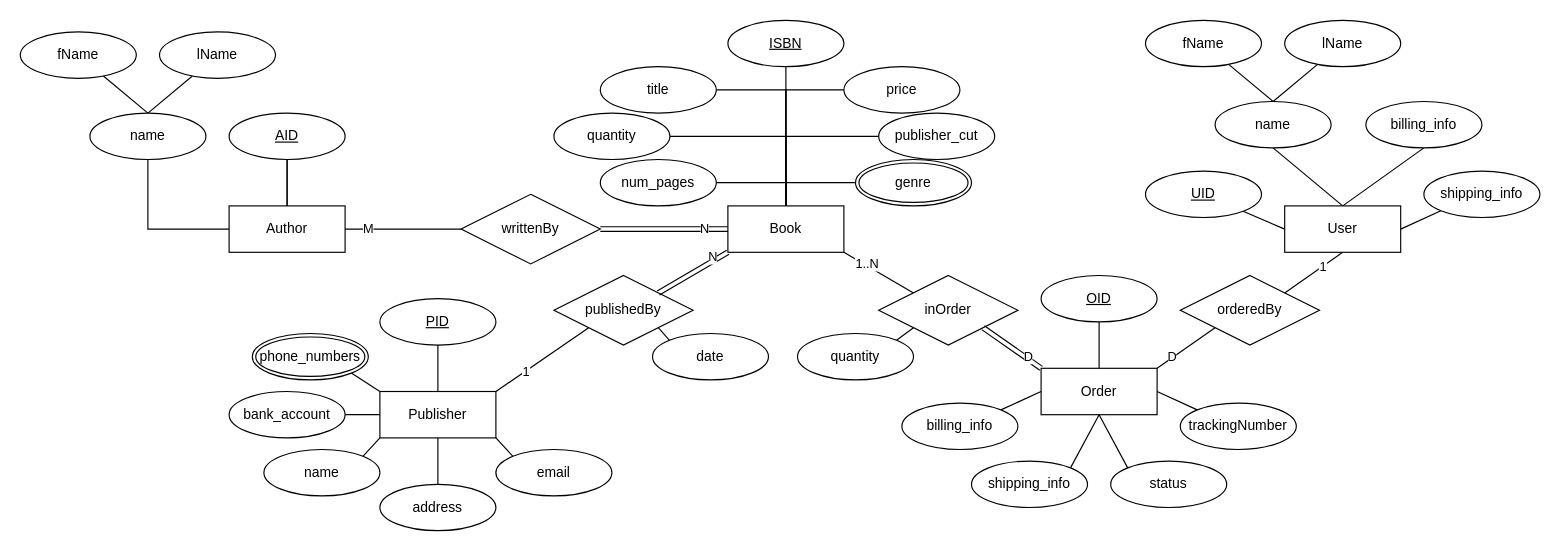
Earlier version of the draw.io diagram diagrams/ER Diagram.drawio (AdamArrhaoui/COMP3005-LookInnaBook). Source tidied: cells renumbered, new cells numbered last; positions are measured from the earlier drawing's top-left corner, leaving out a move shared by most shapes. Both pictures are drawn from the tidied source at 116%, with x=0, y=0 at pixel (20, -311).
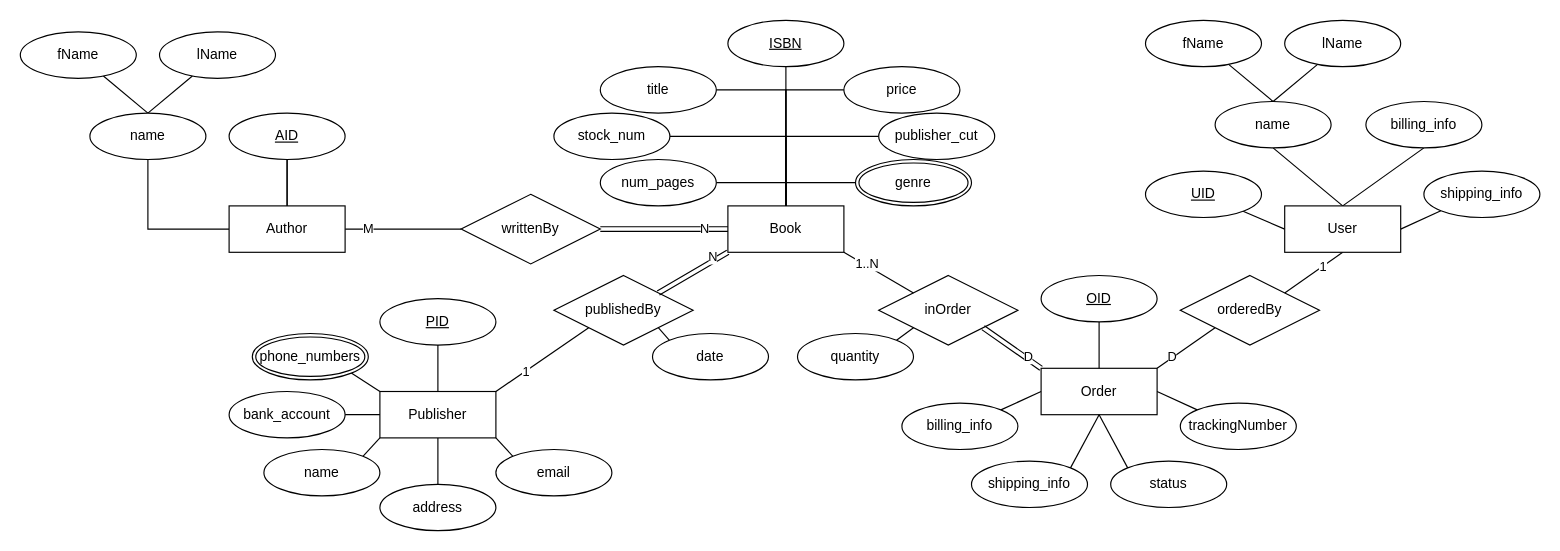
After the change.

The edit, as a diff of the source:
```diff
@@
     <mxCell id="2" style="edgeStyle=orthogonalEdgeStyle;rounded=0;orthogonalLoop=1;jettySize=auto;html=1;entryX=1;entryY=0.5;entryDx=0;entryDy=0;exitX=0;exitY=0.5;exitDx=0;exitDy=0;" parent="1" edge="1">
       <mxGeometry relative="1" as="geometry">
-        <mxPoint x="240" as="sourcePoint" />
+        <mxPoint x="230" y="190" as="sourcePoint" />
       </mxGeometry>
     </mxCell>
@@
-    <mxCell id="9" value="quantity" style="ellipse;whiteSpace=wrap;html=1;align=center;" parent="1" vertex="1">
+    <mxCell id="9" value="stock_num" style="ellipse;whiteSpace=wrap;html=1;align=center;" parent="1" vertex="1">
       <mxGeometry x="460" y="365" width="100" height="40" as="geometry" />
     </mxCell>
@@
     <mxCell id="83" style="edgeStyle=orthogonalEdgeStyle;rounded=0;orthogonalLoop=1;jettySize=auto;html=1;exitX=0;exitY=0.5;exitDx=0;exitDy=0;entryX=1;entryY=0.5;entryDx=0;entryDy=0;endArrow=classic;endFill=1;" parent="1" edge="1">
       <mxGeometry relative="1" as="geometry">
-        <mxPoint x="560" y="30" as="sourcePoint" />
+        <mxPoint x="550" y="220" as="sourcePoint" />
       </mxGeometry>
     </mxCell>
```
